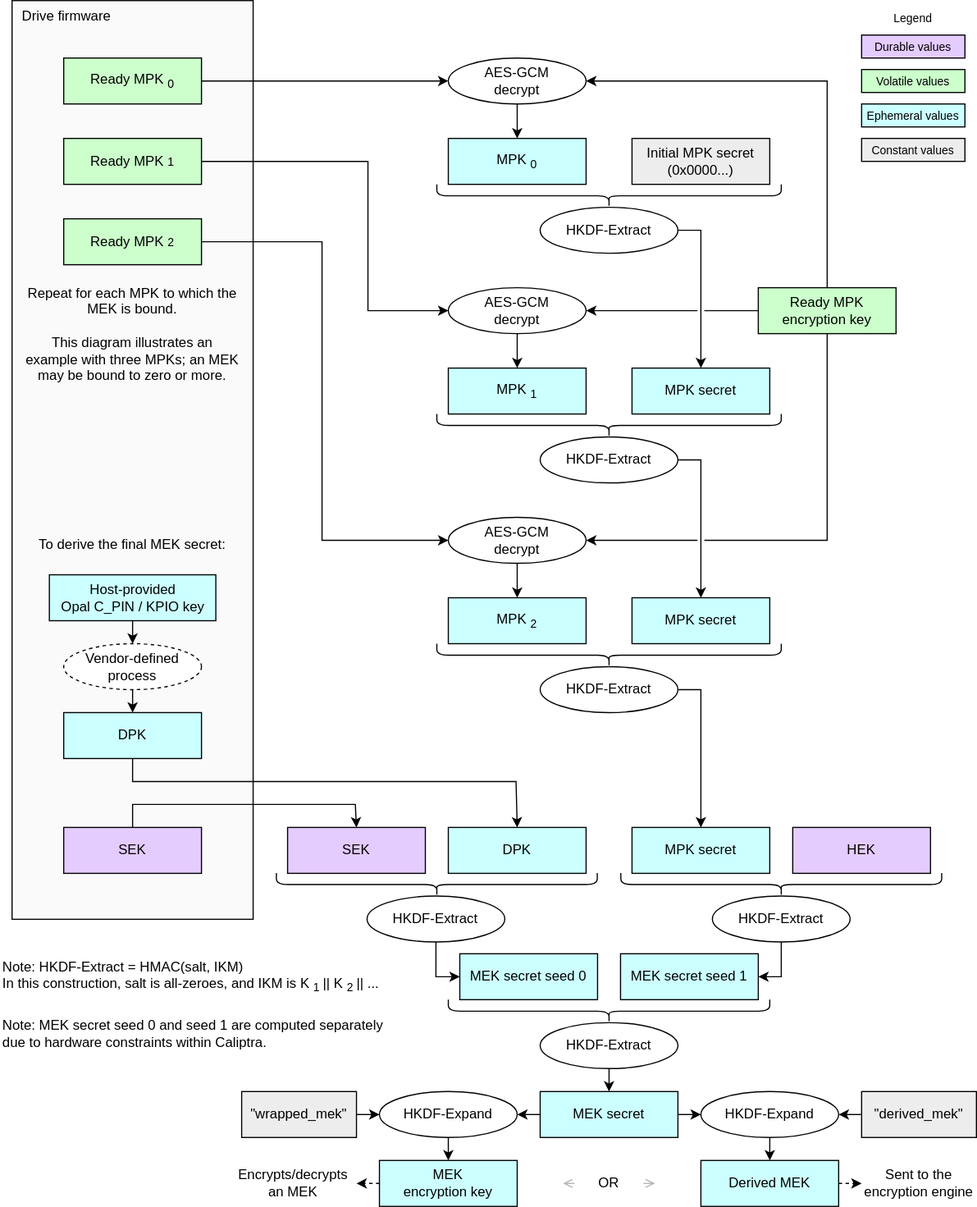
Earlier version of the draw.io export doc/ocp_lock/diagrams/mek_secret_derivation.drawio.svg (chipsalliance/Caliptra). Source tidied: cells renumbered, new cells last; positions are measured from the earlier drawing's top-left corner, leaving out a move shared by most shapes.
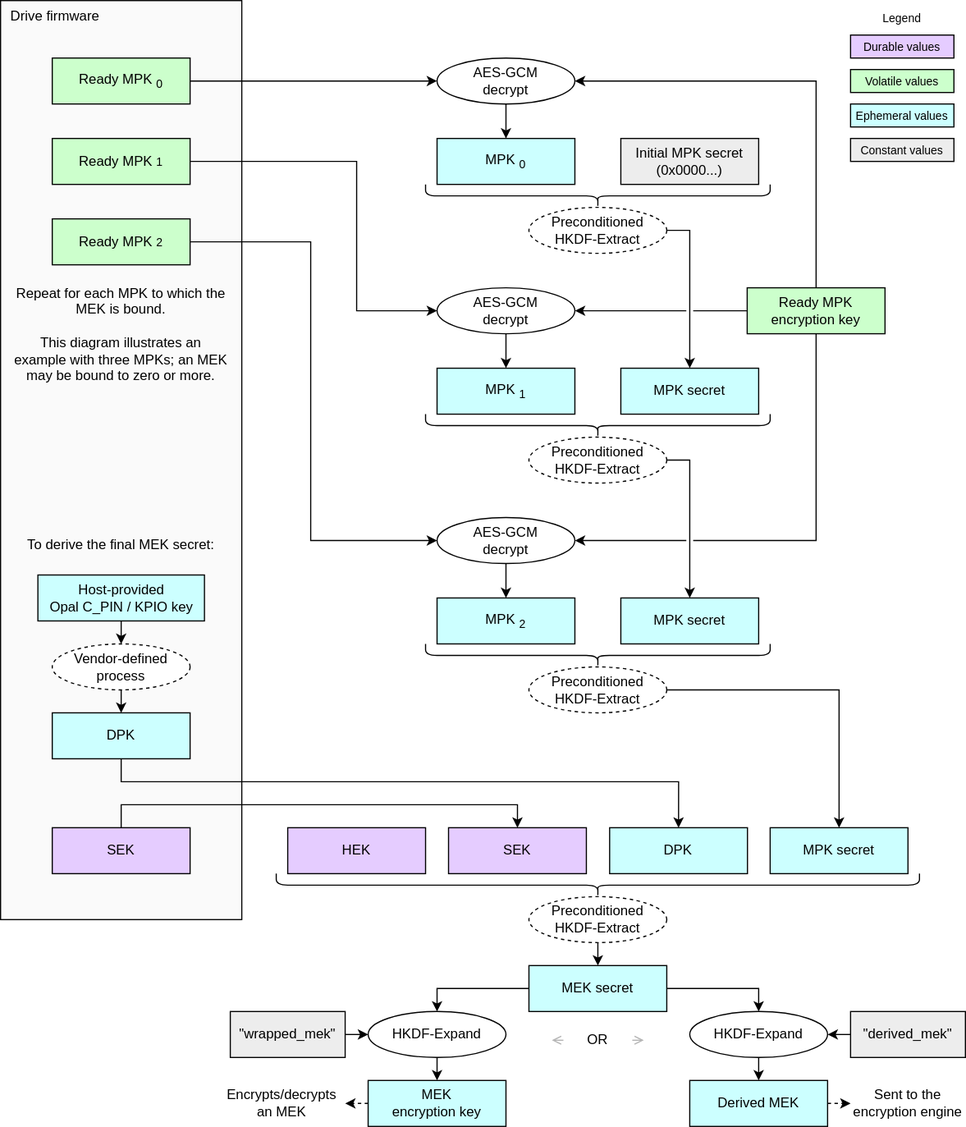
After the change.

Change to the diagram source:
```diff
@@ -48,7 +48,7 @@
     <mxCell id="15" style="shape=curlyBracket;whiteSpace=wrap;html=1;rounded=1;labelPosition=left;verticalLabelPosition=middle;align=right;verticalAlign=middle;rotation=-90;" parent="1" vertex="1">
       <mxGeometry x="520" y="20" width="20" height="300" as="geometry" />
     </mxCell>
-    <mxCell id="16" value="HKDF-Extract" style="ellipse;whiteSpace=wrap;html=1;fillColor=#FFFFFF;" parent="1" vertex="1">
+    <mxCell id="16" value="Preconditioned HKDF-Extract" style="ellipse;whiteSpace=wrap;html=1;fillColor=#FFFFFF;dashed=1;" parent="1" vertex="1">
       <mxGeometry x="470" y="180" width="120" height="40" as="geometry" />
     </mxCell>
     <mxCell id="17" value="&lt;div&gt;&lt;font color=&quot;#000000&quot;&gt;MPK secret&lt;/font&gt;&lt;/div&gt;" style="rounded=0;whiteSpace=wrap;html=1;align=center;verticalAlign=middle;shadow=0;glass=0;spacingLeft=0;spacingBottom=0;spacingTop=0;fillColor=#CCFFFF;" parent="1" vertex="1">
@@ -66,7 +66,7 @@
     <mxCell id="21" style="shape=curlyBracket;whiteSpace=wrap;html=1;rounded=1;labelPosition=left;verticalLabelPosition=middle;align=right;verticalAlign=middle;rotation=-90;" parent="1" vertex="1">
       <mxGeometry x="520" y="220" width="20" height="300" as="geometry" />
     </mxCell>
-    <mxCell id="22" value="HKDF-Extract" style="ellipse;whiteSpace=wrap;html=1;fillColor=#FFFFFF;" parent="1" vertex="1">
+    <mxCell id="22" value="&lt;span style=&quot;color: rgb(0, 0, 0);&quot;&gt;Preconditioned HKDF-Extract&lt;/span&gt;" style="ellipse;whiteSpace=wrap;html=1;fillColor=#FFFFFF;dashed=1;" parent="1" vertex="1">
       <mxGeometry x="470" y="380" width="120" height="40" as="geometry" />
     </mxCell>
     <mxCell id="23" value="&lt;div&gt;&lt;font color=&quot;#000000&quot;&gt;MPK secret&lt;/font&gt;&lt;/div&gt;" style="rounded=0;whiteSpace=wrap;html=1;align=center;verticalAlign=middle;shadow=0;glass=0;spacingLeft=0;spacingBottom=0;spacingTop=0;fillColor=#CCFFFF;" parent="1" vertex="1">
@@ -84,7 +84,7 @@
     <mxCell id="27" value="&lt;div&gt;&lt;font color=&quot;#000000&quot;&gt;MPK&lt;sub&gt;2&lt;/sub&gt;&lt;/font&gt;&lt;/div&gt;" style="rounded=0;whiteSpace=wrap;html=1;align=center;verticalAlign=middle;shadow=0;glass=0;spacingLeft=0;spacingBottom=0;spacingTop=0;fillColor=#CCFFFF;" parent="1" vertex="1">
       <mxGeometry x="390" y="520" width="120" height="40" as="geometry" />
     </mxCell>
-    <mxCell id="28" value="HKDF-Extract" style="ellipse;whiteSpace=wrap;html=1;fillColor=#FFFFFF;" parent="1" vertex="1">
+    <mxCell id="28" value="&lt;span style=&quot;color: rgb(0, 0, 0);&quot;&gt;Preconditioned HKDF-Extract&lt;/span&gt;" style="ellipse;whiteSpace=wrap;html=1;fillColor=#FFFFFF;dashed=1;" parent="1" vertex="1">
       <mxGeometry x="470" y="580" width="120" height="40" as="geometry" />
     </mxCell>
     <mxCell id="29" style="edgeStyle=none;html=1;exitX=0.5;exitY=1;exitDx=0;exitDy=0;entryX=0.5;entryY=0;entryDx=0;entryDy=0;" parent="1" edge="1" source="26" target="27">
@@ -94,7 +94,7 @@
       <mxGeometry x="520" y="420" width="20" height="300" as="geometry" />
     </mxCell>
     <mxCell id="31" value="&lt;div&gt;&lt;font color=&quot;#000000&quot;&gt;HEK&lt;/font&gt;&lt;/div&gt;" style="rounded=0;whiteSpace=wrap;html=1;align=center;verticalAlign=middle;shadow=0;glass=0;spacingLeft=0;spacingBottom=0;spacingTop=0;fillColor=#E5CCFF;" parent="1" vertex="1">
-      <mxGeometry x="690" y="720" width="120" height="40" as="geometry" />
+      <mxGeometry x="260" y="720" width="120" height="40" as="geometry" />
     </mxCell>
     <mxCell id="32" value="&lt;div&gt;&lt;font color=&quot;#000000&quot;&gt;DPK&lt;/font&gt;&lt;/div&gt;" style="rounded=0;whiteSpace=wrap;html=1;align=center;verticalAlign=middle;shadow=0;glass=0;spacingLeft=0;spacingBottom=0;spacingTop=0;fillColor=#CCFFFF;" parent="1" vertex="1">
       <mxGeometry x="55" y="620" width="120" height="40" as="geometry" />
@@ -106,7 +106,7 @@
       <mxGeometry relative="1" as="geometry">
         <Array as="points">
           <mxPoint x="115" y="680" />
-          <mxPoint x="449" y="680" />
+          <mxPoint x="600" y="680" />
         </Array>
       </mxGeometry>
     </mxCell>
@@ -114,15 +114,15 @@
       <mxGeometry relative="1" as="geometry">
         <Array as="points">
           <mxPoint x="115" y="700" />
-          <mxPoint x="309" y="700" />
+          <mxPoint x="460" y="700" />
         </Array>
       </mxGeometry>
     </mxCell>
     <mxCell id="36" value="&lt;div&gt;&lt;font color=&quot;#000000&quot;&gt;DPK&lt;/font&gt;&lt;/div&gt;" style="rounded=0;whiteSpace=wrap;html=1;align=center;verticalAlign=middle;shadow=0;glass=0;spacingLeft=0;spacingBottom=0;spacingTop=0;fillColor=#CCFFFF;" parent="1" vertex="1">
-      <mxGeometry x="390" y="720" width="120" height="40" as="geometry" />
+      <mxGeometry x="540.2" y="720" width="120" height="40" as="geometry" />
     </mxCell>
     <mxCell id="37" value="&lt;div&gt;&lt;font color=&quot;#000000&quot;&gt;MPK secret&lt;/font&gt;&lt;/div&gt;" style="rounded=0;whiteSpace=wrap;html=1;align=center;verticalAlign=middle;shadow=0;glass=0;spacingLeft=0;spacingBottom=0;spacingTop=0;fillColor=#CCFFFF;" parent="1" vertex="1">
-      <mxGeometry x="550" y="720" width="120" height="40" as="geometry" />
+      <mxGeometry x="680" y="720" width="120" height="40" as="geometry" />
     </mxCell>
     <mxCell id="38" style="edgeStyle=elbowEdgeStyle;endArrow=classic;html=1;rounded=0;endSize=6;startSize=6;entryX=0.5;entryY=0;entryDx=0;entryDy=0;exitX=1;exitY=0.5;exitDx=0;exitDy=0;elbow=vertical;" parent="1" edge="1" source="28" target="37">
       <mxGeometry relative="1" as="geometry">
@@ -131,20 +131,11 @@
         </Array>
       </mxGeometry>
     </mxCell>
-    <mxCell id="39" style="shape=curlyBracket;whiteSpace=wrap;html=1;rounded=1;labelPosition=left;verticalLabelPosition=middle;align=right;verticalAlign=middle;rotation=-90;" parent="1" vertex="1">
-      <mxGeometry x="520" y="740" width="20" height="280" as="geometry" />
-    </mxCell>
-    <mxCell id="40" value="HKDF-Extract" style="ellipse;whiteSpace=wrap;html=1;fillColor=#FFFFFF;" parent="1" vertex="1">
-      <mxGeometry x="470" y="890" width="120" height="40" as="geometry" />
-    </mxCell>
-    <mxCell id="41" value="Note: HKDF-Extract = HMAC(salt, IKM)&lt;div&gt;&lt;div&gt;In this construction, salt is all-zeroes, and IKM is K&lt;sub&gt;1&lt;/sub&gt; || K&lt;sub&gt;2&lt;/sub&gt; || ...&lt;/div&gt;&lt;/div&gt;" style="text;strokeColor=none;align=left;fillColor=none;html=1;verticalAlign=middle;whiteSpace=wrap;rounded=0;fontSize=12;" parent="1" vertex="1">
-      <mxGeometry y="820" width="350" height="60" as="geometry" />
-    </mxCell>
     <mxCell id="42" value="&lt;div&gt;&lt;span style=&quot;background-color: transparent;&quot;&gt;To derive the final MEK secret:&lt;/span&gt;&lt;/div&gt;" style="text;strokeColor=none;align=center;fillColor=none;html=1;verticalAlign=top;whiteSpace=wrap;rounded=0;" parent="1" vertex="1">
       <mxGeometry x="30" y="460" width="170" height="40" as="geometry" />
     </mxCell>
     <mxCell id="43" value="HKDF-Expand" style="ellipse;whiteSpace=wrap;html=1;fillColor=#FFFFFF;" parent="1" vertex="1">
-      <mxGeometry x="610" y="950" width="120" height="40" as="geometry" />
+      <mxGeometry x="610" y="880" width="120" height="40" as="geometry" />
     </mxCell>
     <mxCell id="44" style="edgeStyle=none;html=1;exitX=0.5;exitY=1;exitDx=0;exitDy=0;entryX=0.5;entryY=0;entryDx=0;entryDy=0;" parent="1" edge="1" source="52" target="48">
       <mxGeometry relative="1" as="geometry" />
@@ -153,34 +144,34 @@
       <mxGeometry x="750" y="120" width="90" height="20" as="geometry" />
     </mxCell>
     <mxCell id="46" value="&lt;div&gt;&lt;font color=&quot;#000000&quot;&gt;&quot;derived_mek&quot;&lt;/font&gt;&lt;/div&gt;" style="rounded=0;whiteSpace=wrap;html=1;align=center;verticalAlign=middle;shadow=0;glass=0;spacingLeft=0;spacingBottom=0;spacingTop=0;fillColor=#EDEDED;" parent="1" vertex="1">
-      <mxGeometry x="750" y="950" width="100" height="40" as="geometry" />
+      <mxGeometry x="750" y="880" width="100" height="40" as="geometry" />
     </mxCell>
     <mxCell id="47" style="edgeStyle=none;html=1;exitX=0;exitY=0.5;exitDx=0;exitDy=0;entryX=1;entryY=0.5;entryDx=0;entryDy=0;" parent="1" edge="1" source="46" target="43">
       <mxGeometry relative="1" as="geometry" />
     </mxCell>
     <mxCell id="48" value="&lt;div&gt;&lt;font color=&quot;#000000&quot;&gt;MEK&lt;/font&gt;&lt;/div&gt;&lt;div&gt;&lt;font color=&quot;#000000&quot;&gt;encryption key&lt;/font&gt;&lt;/div&gt;" style="rounded=0;whiteSpace=wrap;html=1;align=center;verticalAlign=middle;shadow=0;glass=0;spacingLeft=0;spacingBottom=0;spacingTop=0;fillColor=#CCFFFF;" parent="1" vertex="1">
-      <mxGeometry x="330" y="1010" width="120" height="40" as="geometry" />
+      <mxGeometry x="330" y="940" width="120" height="40" as="geometry" />
     </mxCell>
-    <mxCell id="49" style="edgeStyle=orthogonalEdgeStyle;endArrow=classic;html=1;rounded=0;endSize=6;startSize=6;exitX=0;exitY=0.5;exitDx=0;exitDy=0;entryX=1;entryY=0.5;entryDx=0;entryDy=0;" parent="1" edge="1" source="70" target="52">
+    <mxCell id="49" style="edgeStyle=orthogonalEdgeStyle;endArrow=classic;html=1;rounded=0;endSize=6;startSize=6;exitX=0;exitY=0.5;exitDx=0;exitDy=0;entryX=0.5;entryY=0;entryDx=0;entryDy=0;" parent="1" edge="1" source="70" target="52">
       <mxGeometry relative="1" as="geometry" />
     </mxCell>
     <mxCell id="50" value="&lt;div&gt;&lt;font color=&quot;#000000&quot;&gt;Derived MEK&lt;/font&gt;&lt;/div&gt;" style="rounded=0;whiteSpace=wrap;html=1;align=center;verticalAlign=middle;shadow=0;glass=0;spacingLeft=0;spacingBottom=0;spacingTop=0;fillColor=#CCFFFF;" parent="1" vertex="1">
-      <mxGeometry x="610" y="1010" width="120" height="40" as="geometry" />
+      <mxGeometry x="610" y="940" width="120" height="40" as="geometry" />
     </mxCell>
     <mxCell id="51" value="OR" style="text;strokeColor=none;align=center;fillColor=none;html=1;verticalAlign=middle;whiteSpace=wrap;rounded=0;" parent="1" vertex="1">
-      <mxGeometry x="500" y="1015" width="60" height="30" as="geometry" />
+      <mxGeometry x="500" y="890" width="60" height="30" as="geometry" />
     </mxCell>
     <mxCell id="52" value="HKDF-Expand" style="ellipse;whiteSpace=wrap;html=1;fillColor=#FFFFFF;" parent="1" vertex="1">
-      <mxGeometry x="330" y="950" width="120" height="40" as="geometry" />
+      <mxGeometry x="330" y="880" width="120" height="40" as="geometry" />
     </mxCell>
-    <mxCell id="53" style="edgeStyle=orthogonalEdgeStyle;endArrow=classic;html=1;rounded=0;endSize=6;startSize=6;exitX=1;exitY=0.5;exitDx=0;exitDy=0;entryX=0;entryY=0.5;entryDx=0;entryDy=0;" parent="1" edge="1" source="70" target="43">
+    <mxCell id="53" style="edgeStyle=orthogonalEdgeStyle;endArrow=classic;html=1;rounded=0;endSize=6;startSize=6;exitX=1;exitY=0.5;exitDx=0;exitDy=0;entryX=0.5;entryY=0;entryDx=0;entryDy=0;" parent="1" edge="1" source="70" target="43">
       <mxGeometry relative="1" as="geometry" />
     </mxCell>
     <mxCell id="54" style="edgeStyle=none;html=1;exitX=0.5;exitY=1;exitDx=0;exitDy=0;entryX=0.5;entryY=0;entryDx=0;entryDy=0;" parent="1" edge="1" source="43" target="50">
       <mxGeometry relative="1" as="geometry" />
     </mxCell>
     <mxCell id="55" value="&lt;div&gt;&lt;font color=&quot;#000000&quot;&gt;&quot;wrapped_mek&quot;&lt;/font&gt;&lt;/div&gt;" style="rounded=0;whiteSpace=wrap;html=1;align=center;verticalAlign=middle;shadow=0;glass=0;spacingLeft=0;spacingBottom=0;spacingTop=0;fillColor=#EDEDED;" parent="1" vertex="1">
-      <mxGeometry x="210" y="950" width="100" height="40" as="geometry" />
+      <mxGeometry x="210" y="880" width="100" height="40" as="geometry" />
     </mxCell>
     <mxCell id="56" style="edgeStyle=none;html=1;exitX=1;exitY=0.5;exitDx=0;exitDy=0;entryX=0;entryY=0.5;entryDx=0;entryDy=0;" parent="1" edge="1" source="55" target="52">
       <mxGeometry relative="1" as="geometry" />
@@ -214,38 +205,20 @@
       </mxGeometry>
     </mxCell>
     <mxCell id="61" value="&lt;div&gt;&lt;font color=&quot;#000000&quot;&gt;SEK&lt;/font&gt;&lt;/div&gt;" style="rounded=0;whiteSpace=wrap;html=1;align=center;verticalAlign=middle;shadow=0;glass=0;spacingLeft=0;spacingBottom=0;spacingTop=0;fillColor=#E5CCFF;" parent="1" vertex="1">
-      <mxGeometry x="250" y="720" width="120" height="40" as="geometry" />
+      <mxGeometry x="400" y="720" width="120" height="40" as="geometry" />
     </mxCell>
-    <mxCell id="62" value="&lt;div&gt;&lt;font color=&quot;#000000&quot;&gt;MEK secret seed 0&lt;/font&gt;&lt;/div&gt;" style="rounded=0;whiteSpace=wrap;html=1;align=center;verticalAlign=middle;shadow=0;glass=0;spacingLeft=0;spacingBottom=0;spacingTop=0;fillColor=#CCFFFF;" parent="1" vertex="1">
-      <mxGeometry x="400" y="830" width="120" height="40" as="geometry" />
-    </mxCell>
-    <mxCell id="63" style="shape=curlyBracket;whiteSpace=wrap;html=1;rounded=1;labelPosition=left;verticalLabelPosition=middle;align=right;verticalAlign=middle;rotation=270;" parent="1" vertex="1">
-      <mxGeometry x="370" y="630" width="20" height="279.5" as="geometry" />
+    <mxCell id="63" style="shape=curlyBracket;whiteSpace=wrap;html=1;rounded=1;labelPosition=left;verticalLabelPosition=middle;align=right;verticalAlign=middle;rotation=-90;" parent="1" vertex="1">
+      <mxGeometry x="520" y="490" width="20" height="560" as="geometry" />
     </mxCell>
-    <mxCell id="64" value="HKDF-Extract" style="ellipse;whiteSpace=wrap;html=1;fillColor=#FFFFFF;" parent="1" vertex="1">
-      <mxGeometry x="319.2" y="779.7" width="120" height="40" as="geometry" />
+    <mxCell id="64" value="&lt;span style=&quot;color: rgb(0, 0, 0);&quot;&gt;Preconditioned HKDF-Extract&lt;/span&gt;" style="ellipse;whiteSpace=wrap;html=1;fillColor=#FFFFFF;dashed=1;" parent="1" vertex="1">
+      <mxGeometry x="470" y="780" width="120" height="40" as="geometry" />
     </mxCell>
-    <mxCell id="65" style="shape=curlyBracket;whiteSpace=wrap;html=1;rounded=1;labelPosition=left;verticalLabelPosition=middle;align=right;verticalAlign=middle;rotation=-90;" parent="1" vertex="1">
-      <mxGeometry x="670" y="630" width="20" height="279.5" as="geometry" />
-    </mxCell>
-    <mxCell id="66" value="HKDF-Extract" style="ellipse;whiteSpace=wrap;html=1;fillColor=#FFFFFF;" parent="1" vertex="1">
-      <mxGeometry x="620" y="779.7" width="120" height="40" as="geometry" />
-    </mxCell>
-    <mxCell id="67" value="&lt;div&gt;&lt;font color=&quot;#000000&quot;&gt;MEK secret seed 1&lt;/font&gt;&lt;/div&gt;" style="rounded=0;whiteSpace=wrap;html=1;align=center;verticalAlign=middle;shadow=0;glass=0;spacingLeft=0;spacingBottom=0;spacingTop=0;fillColor=#CCFFFF;" parent="1" vertex="1">
-      <mxGeometry x="540" y="830" width="120" height="40" as="geometry" />
-    </mxCell>
-    <mxCell id="68" style="edgeStyle=orthogonalEdgeStyle;endArrow=classic;html=1;rounded=0;endSize=6;startSize=6;entryX=0;entryY=0.5;entryDx=0;entryDy=0;exitX=0.5;exitY=1;exitDx=0;exitDy=0;" parent="1" edge="1" source="64" target="62">
+    <mxCell id="68" style="edgeStyle=orthogonalEdgeStyle;endArrow=classic;html=1;rounded=0;endSize=6;startSize=6;entryX=0.5;entryY=0;entryDx=0;entryDy=0;exitX=0.5;exitY=1;exitDx=0;exitDy=0;" parent="1" edge="1" source="64" target="70">
       <mxGeometry relative="1" as="geometry" />
     </mxCell>
-    <mxCell id="69" style="edgeStyle=orthogonalEdgeStyle;endArrow=classic;html=1;rounded=0;endSize=6;startSize=6;entryX=1;entryY=0.5;entryDx=0;entryDy=0;exitX=0.5;exitY=1;exitDx=0;exitDy=0;" parent="1" edge="1" source="66" target="67">
-      <mxGeometry relative="1" as="geometry" />
-    </mxCell>
     <mxCell id="70" value="&lt;div&gt;&lt;font color=&quot;#000000&quot;&gt;MEK secret&lt;/font&gt;&lt;/div&gt;" style="rounded=0;whiteSpace=wrap;html=1;align=center;verticalAlign=middle;shadow=0;glass=0;spacingLeft=0;spacingBottom=0;spacingTop=0;fillColor=#CCFFFF;" parent="1" vertex="1">
-      <mxGeometry x="470" y="950" width="120" height="40" as="geometry" />
+      <mxGeometry x="470" y="840" width="120" height="40" as="geometry" />
     </mxCell>
-    <mxCell id="71" style="edgeStyle=none;html=1;exitX=0.5;exitY=1;exitDx=0;exitDy=0;entryX=0.5;entryY=0;entryDx=0;entryDy=0;" parent="1" edge="1" source="40" target="70">
-      <mxGeometry relative="1" as="geometry" />
-    </mxCell>
     <mxCell id="72" value="Vendor-defined process" style="ellipse;whiteSpace=wrap;html=1;fillColor=#FFFFFF;dashed=1;" parent="1" vertex="1">
       <mxGeometry x="55" y="560" width="120" height="40" as="geometry" />
     </mxCell>
@@ -277,29 +250,26 @@
     <mxCell id="78" value="Repeat for each MPK to which the MEK is bound.&lt;div&gt;&lt;br&gt;&lt;/div&gt;&lt;div&gt;This diagram illustrates an example with three MPKs; an MEK may be bound to zero or more.&lt;/div&gt;" style="text;strokeColor=none;align=center;fillColor=none;html=1;verticalAlign=top;whiteSpace=wrap;rounded=0;" parent="1" vertex="1">
       <mxGeometry x="20" y="241" width="190" height="109" as="geometry" />
     </mxCell>
-    <mxCell id="79" value="Note: MEK secret seed 0 and seed 1 are computed separately due to hardware constraints within Caliptra." style="text;strokeColor=none;align=left;fillColor=none;html=1;verticalAlign=middle;whiteSpace=wrap;rounded=0;fontSize=12;" parent="1" vertex="1">
-      <mxGeometry y="870" width="350" height="60" as="geometry" />
-    </mxCell>
     <mxCell id="80" value="Sent to the&lt;div&gt;encryption engine&lt;/div&gt;" style="text;strokeColor=none;align=center;fillColor=none;html=1;verticalAlign=middle;whiteSpace=wrap;rounded=0;" parent="1" vertex="1">
-      <mxGeometry x="750" y="1015" width="100" height="30" as="geometry" />
+      <mxGeometry x="750" y="945" width="100" height="30" as="geometry" />
     </mxCell>
     <mxCell id="81" style="edgeStyle=none;html=1;exitX=1;exitY=0.5;exitDx=0;exitDy=0;entryX=0;entryY=0.5;entryDx=0;entryDy=0;dashed=1;" parent="1" edge="1" source="50" target="80">
       <mxGeometry relative="1" as="geometry" />
     </mxCell>
     <mxCell id="82" value="Encrypts/decrypts an MEK" style="text;strokeColor=none;align=center;fillColor=none;html=1;verticalAlign=middle;whiteSpace=wrap;rounded=0;" parent="1" vertex="1">
-      <mxGeometry x="200" y="1015" width="110" height="30" as="geometry" />
+      <mxGeometry x="200" y="945" width="110" height="30" as="geometry" />
     </mxCell>
     <mxCell id="83" style="edgeStyle=none;html=1;exitX=0;exitY=0.5;exitDx=0;exitDy=0;entryX=1;entryY=0.5;entryDx=0;entryDy=0;dashed=1;" parent="1" edge="1" source="48" target="82">
       <mxGeometry relative="1" as="geometry" />
     </mxCell>
     <mxCell id="84" style="edgeStyle=orthogonalEdgeStyle;endArrow=open;html=1;rounded=0;endSize=6;startSize=6;exitX=1;exitY=0.5;exitDx=0;exitDy=0;strokeColor=#B3B3B3;endFill=0;" parent="1" edge="1" source="51">
       <mxGeometry relative="1" as="geometry">
-        <mxPoint x="570" y="1030.7" as="targetPoint" />
+        <mxPoint x="570" y="905.7" as="targetPoint" />
       </mxGeometry>
     </mxCell>
     <mxCell id="85" style="edgeStyle=orthogonalEdgeStyle;endArrow=open;html=1;rounded=0;endSize=6;startSize=6;exitX=0;exitY=0.5;exitDx=0;exitDy=0;strokeColor=#B3B3B3;endFill=0;" parent="1" edge="1" source="51">
       <mxGeometry relative="1" as="geometry">
-        <mxPoint x="490" y="1030.7" as="targetPoint" />
+        <mxPoint x="490" y="905.7" as="targetPoint" />
       </mxGeometry>
     </mxCell>
   </root>
```
